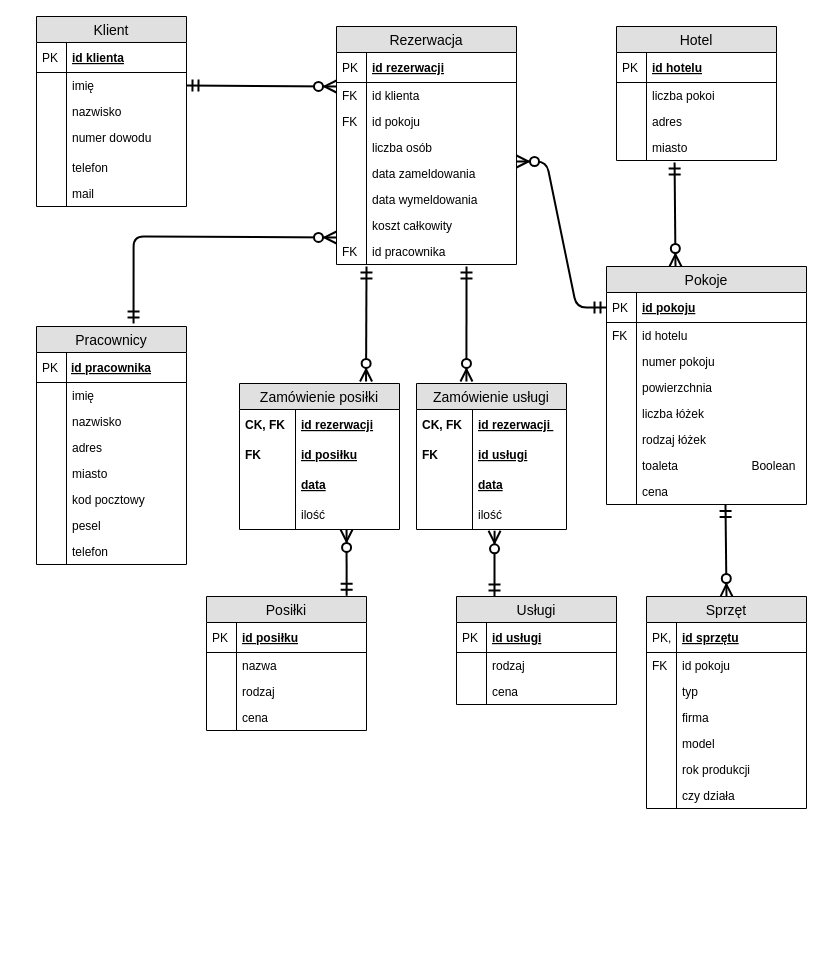
Above: Untitled Diagram.drawio in heavycavalry/ERdiagram (draw.io), before the change. Source tidied: cells renumbered, new cells numbered last; positions are measured from the earlier drawing's top-left corner, leaving out a move shared by most shapes. Both pictures are drawn from the tidied source at 100%, with x=0, y=0 at pixel (36, 16).
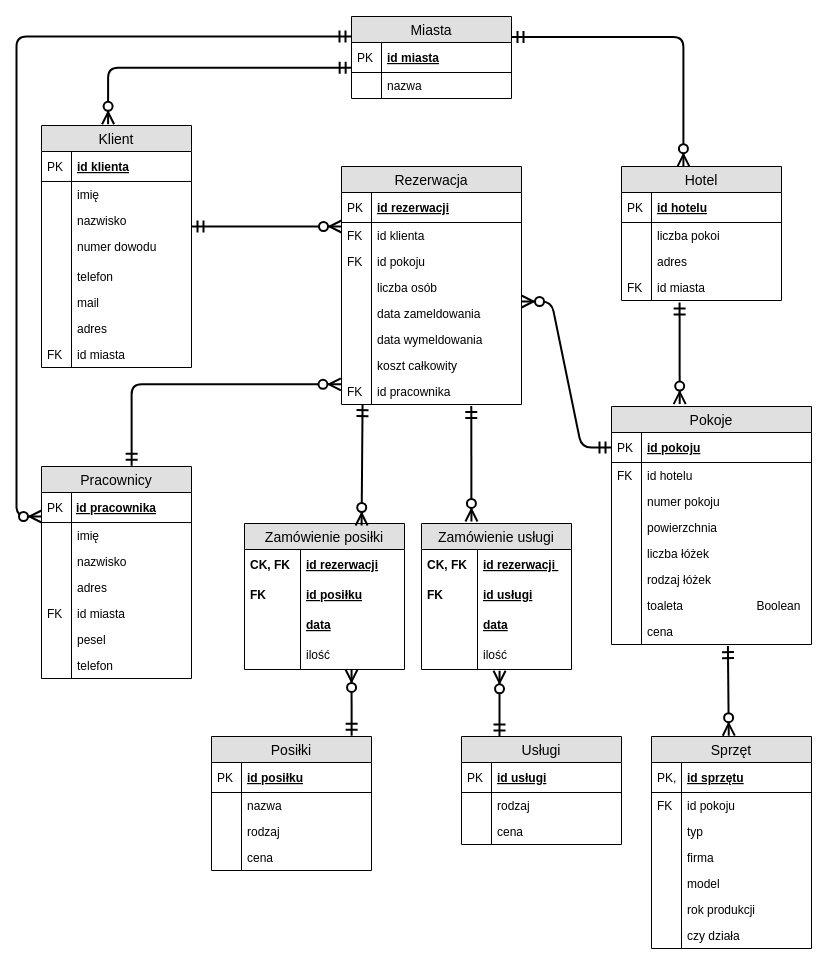
The same diagram, later.

The change refers to these unchanged cells:
```xml
<mxCell id="17" value="id pracownika" style="shape=partialRectangle;top=0;left=0;right=0;bottom=0;align=left;verticalAlign=top;fillColor=none;spacingLeft=34;spacingRight=4;overflow=hidden;points=[[0,0.5],[1,0.5]];portConstraint=eastwest;fontSize=12;" parent="2" vertex="1">
  <mxGeometry y="212" width="180" height="26" as="geometry" />
</mxCell>
<mxCell id="22" value="imię             " style="shape=partialRectangle;top=0;left=0;right=0;bottom=0;align=left;verticalAlign=top;fillColor=none;spacingLeft=34;spacingRight=4;overflow=hidden;points=[[0,0.5],[1,0.5]];portConstraint=eastwest;fontSize=12;" parent="19" vertex="1">
  <mxGeometry y="56" width="150" height="26" as="geometry" />
</mxCell>
<mxCell id="26" value="numer dowodu" style="shape=partialRectangle;top=0;left=0;right=0;bottom=0;align=left;verticalAlign=top;fillColor=none;spacingLeft=34;spacingRight=4;overflow=hidden;points=[[0,0.5],[1,0.5]];portConstraint=eastwest;fontSize=12;" parent="19" vertex="1">
  <mxGeometry y="108" width="150" height="30" as="geometry" />
</mxCell>
<mxCell id="42" value="id pracownika" style="shape=partialRectangle;top=0;left=0;right=0;bottom=1;align=left;verticalAlign=middle;fillColor=none;spacingLeft=33;spacingRight=-1;overflow=hidden;points=[[0,0.5],[1,0.5]];portConstraint=eastwest;fontStyle=5;fontSize=12;strokeColor=#000000;spacing=2;" parent="41" vertex="1">
  <mxGeometry y="26" width="150" height="30" as="geometry" />
</mxCell>
<mxCell id="81" value="ilość" style="shape=partialRectangle;top=0;left=0;right=0;bottom=0;align=left;verticalAlign=middle;fillColor=none;spacingLeft=60;spacingRight=4;overflow=hidden;points=[[0,0.5],[1,0.5]];portConstraint=eastwest;fontStyle=0;fontSize=12;" parent="74" vertex="1">
  <mxGeometry y="116" width="160" height="30" as="geometry" />
</mxCell>
<mxCell id="92" value="ilość" style="shape=partialRectangle;top=0;left=0;right=0;bottom=0;align=left;verticalAlign=middle;fillColor=none;spacingLeft=60;spacingRight=4;overflow=hidden;points=[[0,0.5],[1,0.5]];portConstraint=eastwest;fontStyle=0;fontSize=12;strokeColor=#000000;strokeWidth=3;perimeterSpacing=5;labelBorderColor=none;" parent="85" vertex="1">
  <mxGeometry y="116" width="150" height="30" as="geometry" />
</mxCell>
<mxCell id="95" value="id pokoju" style="shape=partialRectangle;top=0;left=0;right=0;bottom=1;align=left;verticalAlign=middle;fillColor=none;spacingLeft=34;spacingRight=4;overflow=hidden;points=[[0,0.5],[1,0.5]];portConstraint=eastwest;fontStyle=5;fontSize=12;" parent="94" vertex="1">
  <mxGeometry y="26" width="200" height="30" as="geometry" />
</mxCell>
<mxCell id="109" value="cena " style="shape=partialRectangle;top=0;left=0;right=0;bottom=0;align=left;verticalAlign=top;fillColor=none;spacingLeft=34;spacingRight=4;overflow=hidden;points=[[0,0.5],[1,0.5]];portConstraint=eastwest;fontSize=12;" parent="94" vertex="1">
  <mxGeometry y="212" width="200" height="26" as="geometry" />
</mxCell>
```

Diff of the diagram source:
```diff
@@
+    <mxCell id="133" style="group;" parent="1" vertex="1">
+      <mxGeometry x="5" width="770" height="932" as="geometry" />
+    </mxCell>
-    <mxCell id="2" value="Rezerwacja" style="swimlane;fontStyle=0;horizontal=1;startSize=26;fillColor=#e0e0e0;swimlaneFillColor=#ffffff;align=center;fontSize=14;" parent="1" vertex="1">
-      <mxGeometry x="300" y="10" width="180" height="238" as="geometry" />
+    <mxCell id="2" value="Rezerwacja" style="swimlane;fontStyle=0;horizontal=1;startSize=26;fillColor=#e0e0e0;swimlaneFillColor=#ffffff;align=center;fontSize=14;" parent="133" vertex="1">
+      <mxGeometry x="300" y="150" width="180" height="238" as="geometry" />
     </mxCell>
@@
-    <mxCell id="19" value="Klient" style="swimlane;fontStyle=0;horizontal=1;startSize=26;fillColor=#e0e0e0;swimlaneFillColor=#ffffff;align=center;fontSize=14;" parent="1" vertex="1">
-      <mxGeometry width="150" height="190" as="geometry" />
+    <mxCell id="19" value="Klient" style="swimlane;fontStyle=0;horizontal=1;startSize=26;fillColor=#e0e0e0;swimlaneFillColor=#ffffff;align=center;fontSize=14;" parent="133" vertex="1">
+      <mxGeometry y="109" width="150" height="242" as="geometry" />
     </mxCell>
@@
+    <mxCell id="134" value="adres" style="shape=partialRectangle;top=0;left=0;right=0;bottom=0;align=left;verticalAlign=top;fillColor=none;spacingLeft=34;spacingRight=4;overflow=hidden;fontSize=12;" parent="19" vertex="1">
+      <mxGeometry y="190" width="150" height="26" as="geometry" />
+    </mxCell>
+    <mxCell id="135" style="shape=partialRectangle;top=0;left=0;bottom=0;fillColor=none;align=left;verticalAlign=top;spacingLeft=4;spacingRight=4;overflow=hidden;fontSize=12;" parent="134" vertex="1">
+      <mxGeometry width="30" height="26" as="geometry" />
+    </mxCell>
+    <mxCell id="136" value="id miasta" style="shape=partialRectangle;top=0;left=0;right=0;bottom=0;align=left;verticalAlign=top;fillColor=none;spacingLeft=34;spacingRight=4;overflow=hidden;fontSize=12;" parent="19" vertex="1">
+      <mxGeometry y="216" width="150" height="26" as="geometry" />
+    </mxCell>
+    <mxCell id="137" value="FK" style="shape=partialRectangle;top=0;left=0;bottom=0;fillColor=none;align=left;verticalAlign=top;spacingLeft=4;spacingRight=4;overflow=hidden;fontSize=12;" parent="136" vertex="1">
+      <mxGeometry width="30" height="26" as="geometry" />
+    </mxCell>
-    <mxCell id="32" value="Hotel" style="swimlane;fontStyle=0;horizontal=1;startSize=26;fillColor=#e0e0e0;swimlaneFillColor=#ffffff;align=center;fontSize=14;" parent="1" vertex="1">
-      <mxGeometry x="580" y="10" width="160" height="134" as="geometry" />
+    <mxCell id="32" value="Hotel" style="swimlane;fontStyle=0;horizontal=1;startSize=26;fillColor=#e0e0e0;swimlaneFillColor=#ffffff;align=center;fontSize=14;" parent="133" vertex="1">
+      <mxGeometry x="580" y="150" width="160" height="134" as="geometry" />
     </mxCell>
@@
-    <mxCell id="39" value="miasto" style="shape=partialRectangle;top=0;left=0;right=0;bottom=0;align=left;verticalAlign=top;fillColor=none;spacingLeft=34;spacingRight=4;overflow=hidden;points=[[0,0.5],[1,0.5]];portConstraint=eastwest;fontSize=12;" parent="32" vertex="1">
+    <mxCell id="39" value="id miasta" style="shape=partialRectangle;top=0;left=0;right=0;bottom=0;align=left;verticalAlign=top;fillColor=none;spacingLeft=34;spacingRight=4;overflow=hidden;points=[[0,0.5],[1,0.5]];portConstraint=eastwest;fontSize=12;" parent="32" vertex="1">
       <mxGeometry y="108" width="160" height="26" as="geometry" />
     </mxCell>
-    <mxCell id="40" style="shape=partialRectangle;top=0;left=0;bottom=0;fillColor=none;align=left;verticalAlign=top;spacingLeft=4;spacingRight=4;overflow=hidden;fontSize=12;" parent="39" vertex="1">
+    <mxCell id="40" value="FK" style="shape=partialRectangle;top=0;left=0;bottom=0;fillColor=none;align=left;verticalAlign=top;spacingLeft=4;spacingRight=4;overflow=hidden;fontSize=12;" parent="39" vertex="1">
       <mxGeometry width="30" height="26" as="geometry" />
     </mxCell>
-    <mxCell id="41" value="Pracownicy" style="swimlane;fontStyle=0;horizontal=1;startSize=26;fillColor=#e0e0e0;swimlaneFillColor=#ffffff;align=center;fontSize=14;" parent="1" vertex="1">
-      <mxGeometry y="310" width="150" height="238" as="geometry" />
+    <mxCell id="41" value="Pracownicy" style="swimlane;fontStyle=0;horizontal=1;startSize=26;fillColor=#e0e0e0;swimlaneFillColor=#ffffff;align=center;fontSize=14;" parent="133" vertex="1">
+      <mxGeometry y="450" width="150" height="212" as="geometry" />
     </mxCell>
@@
-    <mxCell id="50" value="miasto" style="shape=partialRectangle;top=0;left=0;right=0;bottom=0;align=left;verticalAlign=top;fillColor=none;spacingLeft=34;spacingRight=4;overflow=hidden;fontSize=12;" parent="41" vertex="1">
+    <mxCell id="50" value="id miasta" style="shape=partialRectangle;top=0;left=0;right=0;bottom=0;align=left;verticalAlign=top;fillColor=none;spacingLeft=34;spacingRight=4;overflow=hidden;fontSize=12;" parent="41" vertex="1">
       <mxGeometry y="134" width="150" height="26" as="geometry" />
     </mxCell>
-    <mxCell id="51" style="shape=partialRectangle;top=0;left=0;bottom=0;fillColor=none;align=left;verticalAlign=top;spacingLeft=4;spacingRight=4;overflow=hidden;fontSize=12;" parent="50" vertex="1">
+    <mxCell id="51" value="FK" style="shape=partialRectangle;top=0;left=0;bottom=0;fillColor=none;align=left;verticalAlign=top;spacingLeft=4;spacingRight=4;overflow=hidden;fontSize=12;" parent="50" vertex="1">
       <mxGeometry width="30" height="26" as="geometry" />
     </mxCell>
-    <mxCell id="52" value="kod pocztowy" style="shape=partialRectangle;top=0;left=0;right=0;bottom=0;align=left;verticalAlign=top;fillColor=none;spacingLeft=34;spacingRight=4;overflow=hidden;fontSize=12;" parent="41" vertex="1">
-      <mxGeometry y="160" width="150" height="26" as="geometry" />
-    </mxCell>
-    <mxCell id="53" style="shape=partialRectangle;top=0;left=0;bottom=0;fillColor=none;align=left;verticalAlign=top;spacingLeft=4;spacingRight=4;overflow=hidden;fontSize=12;" parent="52" vertex="1">
-      <mxGeometry width="30" height="26" as="geometry" />
-    </mxCell>
     <mxCell id="54" value="pesel&#10;" style="shape=partialRectangle;top=0;left=0;right=0;bottom=0;align=left;verticalAlign=top;fillColor=none;spacingLeft=34;spacingRight=4;overflow=hidden;fontSize=12;" parent="41" vertex="1">
-      <mxGeometry y="186" width="150" height="26" as="geometry" />
+      <mxGeometry y="160" width="150" height="26" as="geometry" />
     </mxCell>
@@
     <mxCell id="56" value="telefon" style="shape=partialRectangle;top=0;left=0;right=0;bottom=0;align=left;verticalAlign=top;fillColor=none;spacingLeft=34;spacingRight=4;overflow=hidden;fontSize=12;" parent="41" vertex="1">
-      <mxGeometry y="212" width="150" height="26" as="geometry" />
+      <mxGeometry y="186" width="150" height="26" as="geometry" />
     </mxCell>
@@
-    <mxCell id="58" value="Usługi" style="swimlane;fontStyle=0;horizontal=1;startSize=26;fillColor=#e0e0e0;swimlaneFillColor=#ffffff;align=center;fontSize=14;" parent="1" vertex="1">
-      <mxGeometry x="420" y="580" width="160" height="108" as="geometry" />
+    <mxCell id="58" value="Usługi" style="swimlane;fontStyle=0;horizontal=1;startSize=26;fillColor=#e0e0e0;swimlaneFillColor=#ffffff;align=center;fontSize=14;" parent="133" vertex="1">
+      <mxGeometry x="420" y="720" width="160" height="108" as="geometry" />
     </mxCell>
@@
-    <mxCell id="65" value="Posiłki" style="swimlane;fontStyle=0;horizontal=1;startSize=26;fillColor=#e0e0e0;swimlaneFillColor=#ffffff;align=center;fontSize=14;" parent="1" vertex="1">
-      <mxGeometry x="170" y="580" width="160" height="134" as="geometry" />
+    <mxCell id="65" value="Posiłki" style="swimlane;fontStyle=0;horizontal=1;startSize=26;fillColor=#e0e0e0;swimlaneFillColor=#ffffff;align=center;fontSize=14;" parent="133" vertex="1">
+      <mxGeometry x="170" y="720" width="160" height="134" as="geometry" />
     </mxCell>
@@
-    <mxCell id="74" value="Zamówienie posiłki" style="swimlane;fontStyle=0;horizontal=1;startSize=26;fillColor=#e0e0e0;swimlaneFillColor=#ffffff;align=center;fontSize=14;rounded=0;shadow=0;glass=0;comic=0;" parent="1" vertex="1">
-      <mxGeometry x="203" y="367" width="160" height="146" as="geometry" />
+    <mxCell id="74" value="Zamówienie posiłki" style="swimlane;fontStyle=0;horizontal=1;startSize=26;fillColor=#e0e0e0;swimlaneFillColor=#ffffff;align=center;fontSize=14;rounded=0;shadow=0;glass=0;comic=0;" parent="133" vertex="1">
+      <mxGeometry x="203" y="507" width="160" height="146" as="geometry" />
     </mxCell>
@@
-    <mxCell id="83" style="fontSize=12;html=1;endArrow=ERzeroToMany;startArrow=ERmandOne;strokeWidth=2;jumpSize=12;endSize=9;startSize=9;exitX=1;exitY=0.5;exitDx=0;exitDy=0;startFill=0;" parent="1" edge="1" source="22">
+    <mxCell id="83" style="fontSize=12;html=1;endArrow=ERzeroToMany;startArrow=ERmandOne;strokeWidth=2;jumpSize=12;endSize=9;startSize=9;exitX=1;exitY=-0.233;exitDx=0;exitDy=0;startFill=0;exitPerimeter=0;" parent="133" edge="1" source="26">
       <mxGeometry relative="1" as="geometry">
-        <mxPoint x="300" y="70" as="targetPoint" />
+        <mxPoint x="300" y="210" as="targetPoint" />
       </mxGeometry>
     </mxCell>
-    <mxCell id="84" style="fontSize=12;html=1;endArrow=ERzeroToMany;startArrow=ERmandOne;strokeWidth=2;strokeColor=#000000;jumpStyle=none;noJump=1;startFill=1;endFill=1;anchorPointDirection=1;fixDash=0;snapToPoint=0;startSize=9;endSize=9;exitX=0.363;exitY=1.077;exitDx=0;exitDy=0;exitPerimeter=0;" parent="1" edge="1" source="39">
-      <mxGeometry relative="1" as="geometry">
-        <mxPoint x="639" y="250" as="targetPoint" />
-      </mxGeometry>
+    <mxCell id="84" style="fontSize=12;html=1;endArrow=ERzeroToMany;startArrow=ERmandOne;strokeWidth=2;strokeColor=#000000;jumpStyle=none;noJump=1;startFill=1;endFill=1;anchorPointDirection=1;fixDash=0;snapToPoint=0;startSize=9;endSize=9;exitX=0.363;exitY=1.077;exitDx=0;exitDy=0;exitPerimeter=0;entryX=0.341;entryY=-0.01;entryDx=0;entryDy=0;entryPerimeter=0;" parent="133" edge="1" source="39" target="94">
+      <mxGeometry relative="1" as="geometry" />
     </mxCell>
-    <mxCell id="85" value="Zamówienie usługi" style="swimlane;fontStyle=0;horizontal=1;startSize=26;fillColor=#e0e0e0;swimlaneFillColor=#ffffff;align=center;fontSize=14;rounded=0;shadow=0;glass=0;comic=0;" parent="1" vertex="1">
-      <mxGeometry x="380" y="367" width="150" height="146" as="geometry" />
+    <mxCell id="85" value="Zamówienie usługi" style="swimlane;fontStyle=0;horizontal=1;startSize=26;fillColor=#e0e0e0;swimlaneFillColor=#ffffff;align=center;fontSize=14;rounded=0;shadow=0;glass=0;comic=0;" parent="133" vertex="1">
+      <mxGeometry x="380" y="507" width="150" height="146" as="geometry" />
     </mxCell>
@@
-    <mxCell id="94" value="Pokoje" style="swimlane;fontStyle=0;horizontal=1;startSize=26;fillColor=#e0e0e0;swimlaneFillColor=#ffffff;align=center;fontSize=14;flipV=0;fixDash=0;swimlaneLine=1;rounded=0;shadow=0;glass=0;comic=0;strokeColor=#000000;fillOpacity=100;strokeOpacity=100;" parent="1" vertex="1">
-      <mxGeometry x="570" y="250" width="200" height="238" as="geometry" />
+    <mxCell id="94" value="Pokoje" style="swimlane;fontStyle=0;horizontal=1;startSize=26;fillColor=#e0e0e0;swimlaneFillColor=#ffffff;align=center;fontSize=14;flipV=0;fixDash=0;swimlaneLine=1;rounded=0;shadow=0;glass=0;comic=0;strokeColor=#000000;fillOpacity=100;strokeOpacity=100;" parent="133" vertex="1">
+      <mxGeometry x="570" y="390" width="200" height="238" as="geometry" />
     </mxCell>
@@
-    <mxCell id="111" style="fontSize=12;html=1;endArrow=ERzeroToMany;startArrow=ERmandOne;strokeWidth=2;strokeColor=#000000;jumpStyle=none;noJump=1;startFill=1;endFill=1;anchorPointDirection=1;fixDash=0;snapToPoint=0;startSize=9;endSize=9;entryX=0.333;entryY=-0.014;entryDx=0;entryDy=0;entryPerimeter=0;" parent="1" edge="1" target="85">
-      <mxGeometry relative="1" as="geometry">
-        <mxPoint x="430" y="250" as="sourcePoint" />
-      </mxGeometry>
+    <mxCell id="111" style="fontSize=12;html=1;endArrow=ERzeroToMany;startArrow=ERmandOne;strokeWidth=2;strokeColor=#000000;jumpStyle=none;noJump=1;startFill=1;endFill=1;anchorPointDirection=1;fixDash=0;snapToPoint=0;startSize=9;endSize=9;entryX=0.333;entryY=-0.014;entryDx=0;entryDy=0;entryPerimeter=0;exitX=0.721;exitY=1.062;exitDx=0;exitDy=0;exitPerimeter=0;" parent="133" edge="1" source="17" target="85">
+      <mxGeometry relative="1" as="geometry" />
     </mxCell>
-    <mxCell id="112" style="fontSize=12;html=1;endArrow=ERzeroToMany;startArrow=ERmandOne;strokeWidth=2;strokeColor=#000000;jumpStyle=none;noJump=1;startFill=1;endFill=1;anchorPointDirection=1;fixDash=0;snapToPoint=0;startSize=9;endSize=9;entryX=0.791;entryY=-0.014;entryDx=0;entryDy=0;entryPerimeter=0;" parent="1" edge="1" target="74">
-      <mxGeometry relative="1" as="geometry">
-        <mxPoint x="330" y="250" as="sourcePoint" />
-      </mxGeometry>
-    </mxCell>
-    <mxCell id="113" value="Sprzęt" style="swimlane;fontStyle=0;horizontal=1;startSize=26;fillColor=#e0e0e0;swimlaneFillColor=#ffffff;align=center;fontSize=14;" parent="1" vertex="1">
-      <mxGeometry x="610" y="580" width="160" height="212" as="geometry" />
+    <mxCell id="113" value="Sprzęt" style="swimlane;fontStyle=0;horizontal=1;startSize=26;fillColor=#e0e0e0;swimlaneFillColor=#ffffff;align=center;fontSize=14;" parent="133" vertex="1">
+      <mxGeometry x="610" y="720" width="160" height="212" as="geometry" />
     </mxCell>
@@
-    <mxCell id="128" style="fontSize=12;html=1;endArrow=ERzeroToMany;startArrow=ERmandOne;strokeWidth=2;strokeColor=#000000;jumpStyle=none;noJump=1;startFill=1;endFill=1;anchorPointDirection=1;fixDash=0;snapToPoint=0;startSize=9;endSize=9;entryX=0.519;entryY=0.908;entryDx=0;entryDy=0;entryPerimeter=0;" parent="1" edge="1" target="92">
+    <mxCell id="128" style="fontSize=12;html=1;endArrow=ERzeroToMany;startArrow=ERmandOne;strokeWidth=2;strokeColor=#000000;jumpStyle=none;noJump=1;startFill=1;endFill=1;anchorPointDirection=1;fixDash=0;snapToPoint=0;startSize=9;endSize=9;entryX=0.519;entryY=0.908;entryDx=0;entryDy=0;entryPerimeter=0;" parent="133" edge="1" target="92">
       <mxGeometry relative="1" as="geometry">
-        <mxPoint x="458" y="580" as="sourcePoint" />
+        <mxPoint x="458" y="720" as="sourcePoint" />
       </mxGeometry>
     </mxCell>
-    <mxCell id="129" style="fontSize=12;html=1;endArrow=ERzeroToMany;startArrow=ERmandOne;strokeWidth=2;strokeColor=#000000;jumpStyle=none;noJump=1;startFill=1;endFill=1;anchorPointDirection=1;fixDash=0;snapToPoint=0;startSize=9;endSize=9;entryX=0.669;entryY=0.998;entryDx=0;entryDy=0;entryPerimeter=0;exitX=0.876;exitY=-0.005;exitDx=0;exitDy=0;exitPerimeter=0;" parent="1" edge="1" source="65" target="81">
+    <mxCell id="129" style="fontSize=12;html=1;endArrow=ERzeroToMany;startArrow=ERmandOne;strokeWidth=2;strokeColor=#000000;jumpStyle=none;noJump=1;startFill=1;endFill=1;anchorPointDirection=1;fixDash=0;snapToPoint=0;startSize=9;endSize=9;entryX=0.669;entryY=0.998;entryDx=0;entryDy=0;entryPerimeter=0;exitX=0.876;exitY=-0.005;exitDx=0;exitDy=0;exitPerimeter=0;" parent="133" edge="1" source="65" target="81">
       <mxGeometry relative="1" as="geometry" />
     </mxCell>
-    <mxCell id="130" style="edgeStyle=entityRelationEdgeStyle;fontSize=12;html=1;endArrow=ERmandOne;endFill=0;strokeWidth=2;endSize=9;startSize=9;startArrow=ERzeroToMany;startFill=1;entryX=0;entryY=0.5;entryDx=0;entryDy=0;" parent="1" edge="1" target="95">
+    <mxCell id="130" style="edgeStyle=entityRelationEdgeStyle;fontSize=12;html=1;endArrow=ERmandOne;endFill=0;strokeWidth=2;endSize=9;startSize=9;startArrow=ERzeroToMany;startFill=1;entryX=0;entryY=0.5;entryDx=0;entryDy=0;" parent="133" edge="1" target="95">
       <mxGeometry relative="1" as="geometry">
-        <mxPoint x="480" y="145" as="sourcePoint" />
+        <mxPoint x="480" y="285" as="sourcePoint" />
       </mxGeometry>
     </mxCell>
-    <mxCell id="131" style="fontSize=12;html=1;endArrow=ERzeroToMany;startArrow=ERmandOne;strokeWidth=2;jumpSize=12;endSize=9;startSize=9;exitX=0.647;exitY=-0.013;exitDx=0;exitDy=0;startFill=0;exitPerimeter=0;edgeStyle=orthogonalEdgeStyle;" parent="1" edge="1" source="41">
-      <mxGeometry relative="1" as="geometry">
-        <mxPoint x="300" y="221" as="targetPoint" />
-        <Array as="points">
-          <mxPoint x="97" y="220" />
-        </Array>
-      </mxGeometry>
-    </mxCell>
-    <mxCell id="132" style="fontSize=12;html=1;endArrow=ERzeroToMany;startArrow=ERmandOne;strokeWidth=2;strokeColor=#000000;jumpStyle=none;noJump=1;startFill=1;endFill=1;anchorPointDirection=1;fixDash=0;snapToPoint=0;startSize=9;endSize=9;entryX=0.5;entryY=0;entryDx=0;entryDy=0;exitX=0.595;exitY=1.02;exitDx=0;exitDy=0;exitPerimeter=0;" parent="1" edge="1" source="109" target="113">
+    <mxCell id="132" style="fontSize=12;html=1;endArrow=ERzeroToMany;startArrow=ERmandOne;strokeWidth=2;strokeColor=#000000;jumpStyle=none;noJump=1;startFill=1;endFill=1;anchorPointDirection=1;fixDash=0;snapToPoint=0;startSize=9;endSize=9;entryX=0.483;entryY=-0.004;entryDx=0;entryDy=0;entryPerimeter=0;exitX=0.582;exitY=1.062;exitDx=0;exitDy=0;exitPerimeter=0;" parent="133" edge="1" source="109" target="113">
       <mxGeometry relative="1" as="geometry" />
     </mxCell>
+    <mxCell id="138" value="Miasta" style="swimlane;fontStyle=0;horizontal=1;startSize=26;fillColor=#e0e0e0;swimlaneFillColor=#ffffff;align=center;fontSize=14;" parent="133" vertex="1">
+      <mxGeometry x="310" width="160" height="82" as="geometry" />
+    </mxCell>
+    <mxCell id="139" value="id miasta" style="shape=partialRectangle;top=0;left=0;right=0;bottom=1;align=left;verticalAlign=middle;fillColor=none;spacingLeft=34;spacingRight=4;overflow=hidden;fontStyle=5;fontSize=12;" parent="138" vertex="1">
+      <mxGeometry y="26" width="160" height="30" as="geometry" />
+    </mxCell>
+    <mxCell id="140" value="PK" style="shape=partialRectangle;top=0;left=0;bottom=0;fillColor=none;align=left;verticalAlign=middle;spacingLeft=4;spacingRight=4;overflow=hidden;fontSize=12;" parent="139" vertex="1">
+      <mxGeometry width="30" height="30" as="geometry" />
+    </mxCell>
+    <mxCell id="141" value="nazwa" style="shape=partialRectangle;top=0;left=0;right=0;bottom=0;align=left;verticalAlign=top;fillColor=none;spacingLeft=34;spacingRight=4;overflow=hidden;points=[[0,0.5],[1,0.5]];portConstraint=eastwest;fontSize=12;" parent="138" vertex="1">
+      <mxGeometry y="56" width="160" height="26" as="geometry" />
+    </mxCell>
+    <mxCell id="142" style="shape=partialRectangle;top=0;left=0;bottom=0;fillColor=none;align=left;verticalAlign=top;spacingLeft=4;spacingRight=4;overflow=hidden;fontSize=12;" parent="141" vertex="1">
+      <mxGeometry width="30" height="26" as="geometry" />
+    </mxCell>
+    <mxCell id="143" style="fontSize=12;html=1;endArrow=ERzeroToMany;startArrow=ERmandOne;strokeWidth=2;jumpSize=12;endSize=9;startSize=9;exitX=0.601;exitY=-0.004;exitDx=0;exitDy=0;startFill=0;edgeStyle=orthogonalEdgeStyle;exitPerimeter=0;entryX=-0.003;entryY=0.222;entryDx=0;entryDy=0;entryPerimeter=0;" parent="133" edge="1" source="41" target="17">
+      <mxGeometry relative="1" as="geometry" />
+    </mxCell>
+    <mxCell id="144" style="fontSize=12;html=1;endArrow=ERzeroToMany;startArrow=ERmandOne;strokeWidth=2;strokeColor=#000000;jumpStyle=none;noJump=1;startFill=1;endFill=1;anchorPointDirection=1;fixDash=0;snapToPoint=0;startSize=9;endSize=9;entryX=0.791;entryY=-0.014;entryDx=0;entryDy=0;entryPerimeter=0;exitX=0.117;exitY=0.985;exitDx=0;exitDy=0;exitPerimeter=0;" parent="133" edge="1" source="17">
+      <mxGeometry relative="1" as="geometry">
+        <mxPoint x="320.1" y="509" as="targetPoint" />
+      </mxGeometry>
+    </mxCell>
+    <mxCell id="145" style="fontSize=12;html=1;endArrow=ERzeroToMany;startArrow=ERmandOne;strokeWidth=2;jumpSize=12;endSize=9;startSize=9;startFill=0;entryX=0.444;entryY=-0.005;entryDx=0;entryDy=0;entryPerimeter=0;exitX=0.001;exitY=-0.181;exitDx=0;exitDy=0;exitPerimeter=0;edgeStyle=orthogonalEdgeStyle;" parent="133" edge="1" source="141" target="19">
+      <mxGeometry relative="1" as="geometry" />
+    </mxCell>
+    <mxCell id="146" style="fontSize=12;html=1;endArrow=ERmandOne;endFill=0;strokeWidth=2;endSize=9;startSize=9;startArrow=ERzeroToMany;startFill=1;edgeStyle=orthogonalEdgeStyle;entryX=1;entryY=0.25;entryDx=0;entryDy=0;exitX=0.387;exitY=0.001;exitDx=0;exitDy=0;exitPerimeter=0;" parent="133" edge="1" source="32" target="138">
+      <mxGeometry relative="1" as="geometry" />
+    </mxCell>
+    <mxCell id="147" style="fontSize=12;html=1;endArrow=ERzeroToMany;startArrow=ERmandOne;strokeWidth=2;jumpSize=12;endSize=9;startSize=9;startFill=0;entryX=0;entryY=0.8;entryDx=0;entryDy=0;entryPerimeter=0;edgeStyle=elbowEdgeStyle;elbow=vertical;" parent="133" edge="1" source="138" target="42">
+      <mxGeometry relative="1" as="geometry">
+        <Array as="points">
+          <mxPoint x="-25" y="20" />
+          <mxPoint x="25" y="10" />
+          <mxPoint x="10" y="50" />
+          <mxPoint y="390" />
+          <mxPoint x="300" y="40" />
+          <mxPoint y="500" />
+          <mxPoint x="220" />
+        </Array>
+      </mxGeometry>
+    </mxCell>
```
